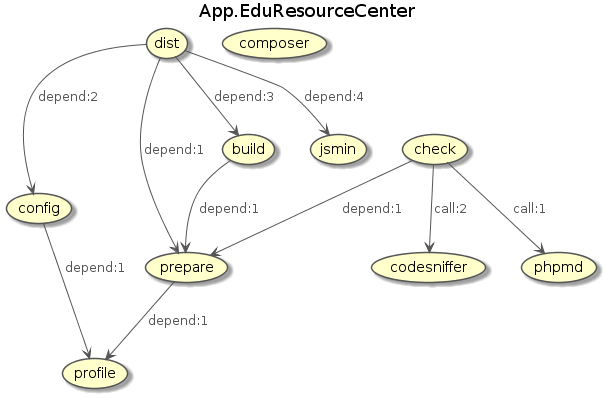
This is resources/readme/edu-resource-center.png from jawira/phing-visualizer, a PlantUML export, as it was before one commit.
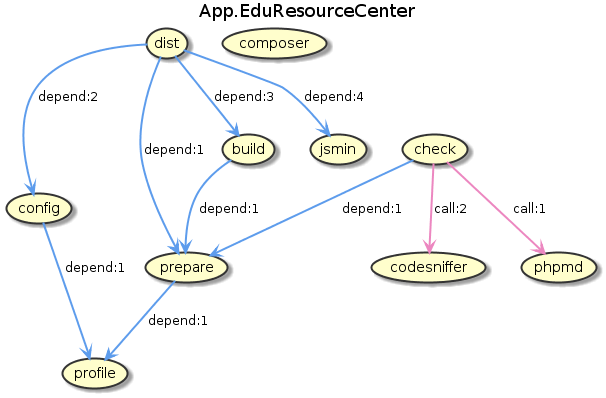
The same diagram one commit later.

What changed in the source:
```diff
@@ -1,38 +1,32 @@
 @startuml
 title App.EduResourceCenter
-hide stereotype
-skinparam Arrow {
-Color #555555
-FontColor #555555
-}
-skinparam UseCase {
-BackgroundColor #FFFFCC
-BorderColor #555555
-}
+skinparam ArrowFontColor Black
+skinparam ArrowThickness 2
+skinparam UseCaseBackgroundColor #FFFECC
+skinparam UseCaseBorderColor #333333
+skinparam UseCaseBorderThickness 2
+skinparam UseCaseFontColor Black
 
-skinparam UseCase {
-BackgroundColor<< App.EduResourceCenter >> #FFFFCC
-}
-(profile)<< App.EduResourceCenter >>
-(prepare)<< App.EduResourceCenter >>
-(config)<< App.EduResourceCenter >>
-(build)<< App.EduResourceCenter >>
-(jsmin)<< App.EduResourceCenter >>
-(composer)<< App.EduResourceCenter >>
-(codesniffer)<< App.EduResourceCenter >>
-(phpmd)<< App.EduResourceCenter >>
-(check)<< App.EduResourceCenter >>
-(dist)<< App.EduResourceCenter >>
+(profile)
+(prepare)
+(config)
+(build)
+(jsmin)
+(composer)
+(codesniffer)
+(phpmd)
+(check)
+(dist)
 
 
-(prepare) --> (profile) : depend:1
-(config) --> (profile) : depend:1
-(build) --> (prepare) : depend:1
-(check) --> (phpmd) : call:1
-(check) --> (codesniffer) : call:2
-(check) --> (prepare) : depend:1
-(dist) --> (prepare) : depend:1
-(dist) --> (config) : depend:2
-(dist) --> (build) : depend:3
-(dist) --> (jsmin) : depend:4
+(prepare) -[#5D9CEC]-> (profile) : depend:1
+(config) -[#5D9CEC]-> (profile) : depend:1
+(build) -[#5D9CEC]-> (prepare) : depend:1
+(check) -[#EC87C0]-> (phpmd) : call:1
+(check) -[#EC87C0]-> (codesniffer) : call:2
+(check) -[#5D9CEC]-> (prepare) : depend:1
+(dist) -[#5D9CEC]-> (prepare) : depend:1
+(dist) -[#5D9CEC]-> (config) : depend:2
+(dist) -[#5D9CEC]-> (build) : depend:3
+(dist) -[#5D9CEC]-> (jsmin) : depend:4
 @enduml
```
